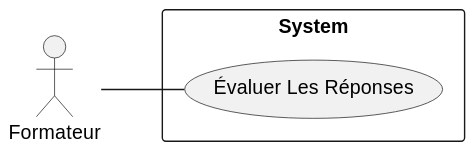
Earlier version of the PlantUML export docs/assets/img/Sprint_2.svg (Suirita/14.UI_UX).
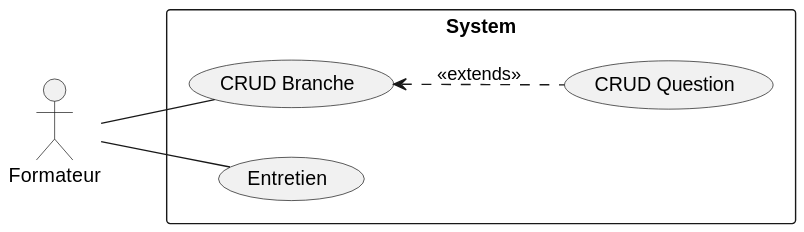
After the change.

Diff of the diagram source:
```diff
@@ -2,7 +2,11 @@
 left to right direction
 actor "Formateur" as fr
 rectangle System {
-  usecase "Évaluer Les Réponses" as UC1
+  usecase "CRUD Branche" as UC1
+  usecase "CRUD Question" as UC2
+  usecase "Entretien" as UC3
 }
 fr -- UC1
+UC1 <.. UC2 : <<extends>>
+fr -- UC3
 @enduml
```
